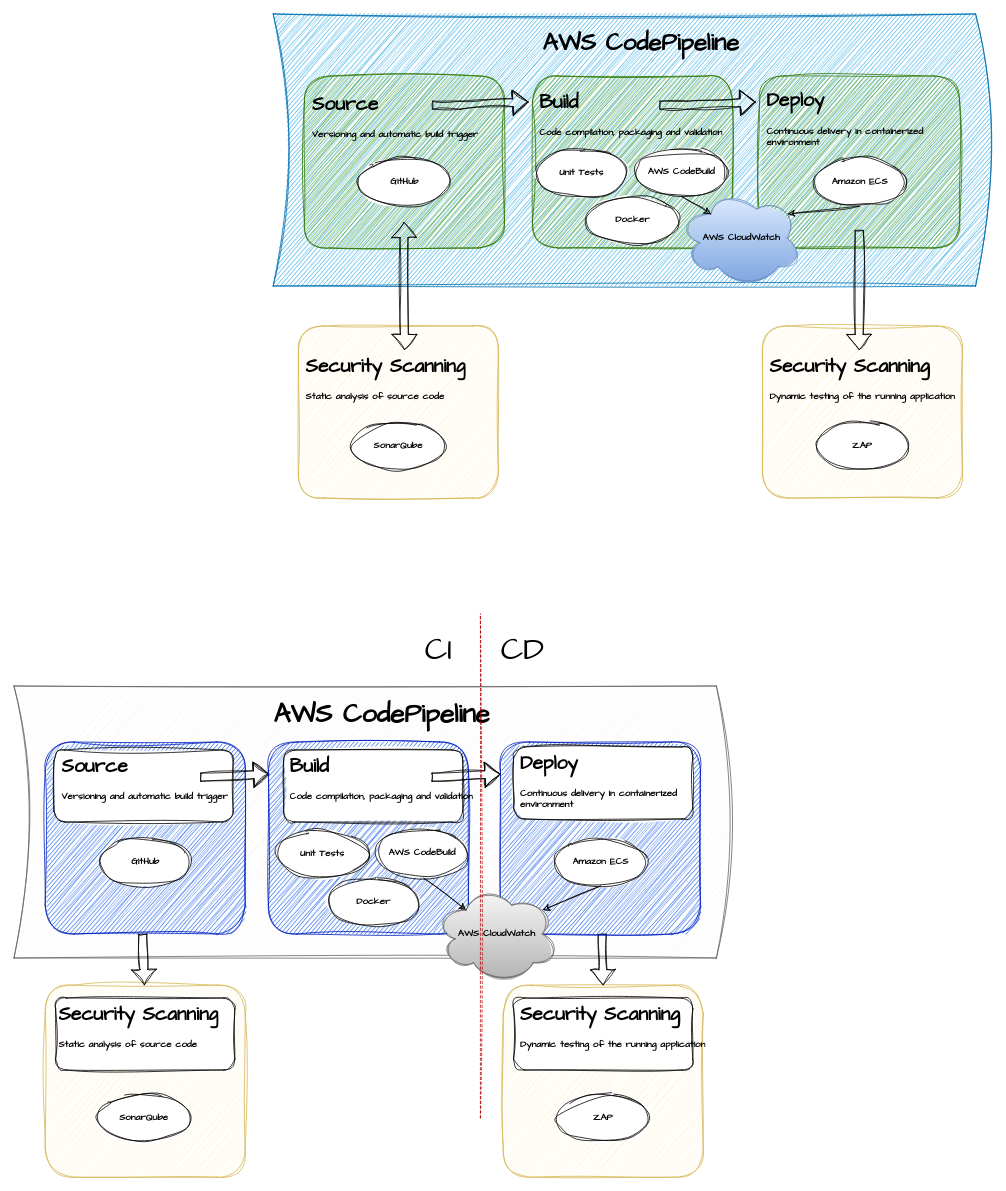
Before: page "Page-1" (1 of 2) of Pipeline.drawio in sergio-oliveira-br/mini-erp, a draw.io diagram. Source tidied: cells renumbered, new cells numbered last; positions are measured from the earlier drawing's top-left corner, leaving out a move shared by most shapes. Both pictures are drawn from the tidied source at 80%, with x=0, y=0 at pixel (14, 14).
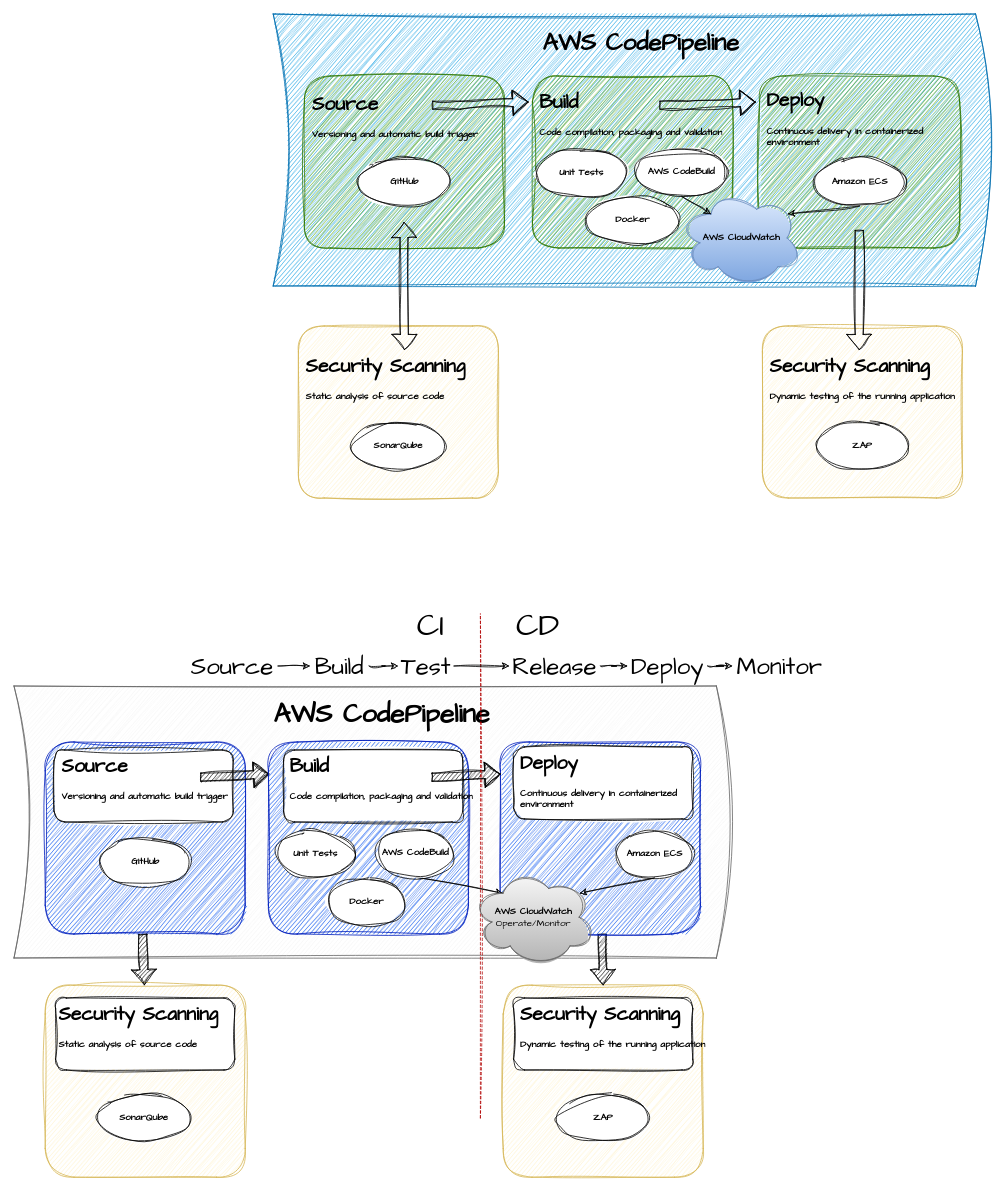
The same diagram, later.

Unchanged cells that the change refers to:
```xml
<mxCell id="3" style="rounded=1;whiteSpace=wrap;html=1;sketch=1;curveFitting=1;jiggle=2;fillColor=#fff2cc;strokeColor=#d6b656;fontFamily=Comic Sans MS;fontStyle=1;" parent="1" vertex="1">
  <mxGeometry x="611.5" y="1214" width="250" height="240" as="geometry" />
</mxCell>
<mxCell id="40" style="rounded=1;whiteSpace=wrap;html=1;sketch=1;curveFitting=1;jiggle=2;fillColor=#0050ef;strokeColor=#001DBC;fontColor=#ffffff;fontFamily=Comic Sans MS;fontStyle=1;" parent="1" vertex="1">
  <mxGeometry x="608" y="910" width="250" height="240" as="geometry" />
</mxCell>
```

The edit, as a diff of the source:
```diff
@@
-    <mxCell id="35" style="shape=flexArrow;endArrow=classic;html=1;rounded=0;sketch=1;curveFitting=1;jiggle=2;fontFamily=Comic Sans MS;entryX=0.5;entryY=0;entryDx=0;entryDy=0;fontStyle=1;" parent="1" edge="1" source="40" target="3">
+    <mxCell id="35" style="shape=flexArrow;endArrow=classic;html=1;rounded=0;sketch=1;curveFitting=1;jiggle=2;fontFamily=Comic Sans MS;entryX=0.5;entryY=0;entryDx=0;entryDy=0;fontStyle=1;fillColor=#000000;" parent="1" edge="1" source="40" target="3">
       <mxGeometry relative="1" as="geometry" />
     </mxCell>
@@
-    <mxCell id="37" style="shape=flexArrow;endArrow=classic;html=1;rounded=0;flowAnimation=0;sketch=1;curveFitting=1;jiggle=2;fontFamily=Comic Sans MS;fontStyle=1;width=10;" parent="1" edge="1">
+    <mxCell id="37" style="shape=flexArrow;endArrow=classic;html=1;rounded=0;flowAnimation=0;sketch=1;curveFitting=1;jiggle=2;fontFamily=Comic Sans MS;fontStyle=1;width=10;strokeColor=default;fillColor=#000000;" parent="1" edge="1">
       <mxGeometry relative="1" as="geometry">
         <mxPoint x="233" y="954" as="sourcePoint" />
         <mxPoint x="319" y="950" as="targetPoint" />
         <Array as="points">
           <mxPoint x="234" y="954" />
         </Array>
       </mxGeometry>
     </mxCell>
@@
     <mxCell id="41" value="Unit Tests" style="ellipse;whiteSpace=wrap;html=1;sketch=1;curveFitting=1;jiggle=2;fontStyle=1;fontFamily=Comic Sans MS;" parent="1" vertex="1">
-      <mxGeometry x="328" y="1020" width="115" height="60" as="geometry" />
+      <mxGeometry x="328" y="1020" width="97.5" height="60" as="geometry" />
     </mxCell>
     <mxCell id="42" value="Docker" style="ellipse;whiteSpace=wrap;html=1;sketch=1;curveFitting=1;jiggle=2;fontStyle=1;fontFamily=Comic Sans MS;" parent="1" vertex="1">
-      <mxGeometry x="391.5" y="1080" width="115" height="60" as="geometry" />
+      <mxGeometry x="391.5" y="1080" width="97.5" height="60" as="geometry" />
     </mxCell>
@@
-    <mxCell id="44" value="AWS CloudWatch" style="ellipse;shape=cloud;whiteSpace=wrap;html=1;sketch=1;curveFitting=1;jiggle=2;fillColor=#f5f5f5;strokeColor=#666666;gradientColor=#b3b3b3;fontFamily=Comic Sans MS;fontStyle=1;" parent="1" vertex="1">
-      <mxGeometry x="527" y="1090" width="152.5" height="120" as="geometry" />
-    </mxCell>
     <mxCell id="45" value="Amazon ECS" style="ellipse;whiteSpace=wrap;html=1;sketch=1;curveFitting=1;jiggle=2;fontStyle=1;fontFamily=Comic Sans MS;" parent="1" vertex="1">
-      <mxGeometry x="675.5" y="1030" width="115" height="60" as="geometry" />
+      <mxGeometry x="752.5" y="1020" width="96" height="60" as="geometry" />
     </mxCell>
@@
     <mxCell id="49" value="&lt;h1 style=&quot;margin-top: 0px;&quot;&gt;Build&lt;/h1&gt;&lt;p&gt;Code compilation, packaging and validation&lt;/p&gt;" style="text;html=1;whiteSpace=wrap;overflow=hidden;rounded=0;fontStyle=1;fontFamily=Comic Sans MS;" parent="1" vertex="1">
-      <mxGeometry x="342.5" y="920" width="243" height="120" as="geometry" />
+      <mxGeometry x="342.5" y="920" width="243" height="90" as="geometry" />
     </mxCell>
     <mxCell id="50" value="&lt;h1 style=&quot;margin-top: 0px;&quot;&gt;Deploy&lt;/h1&gt;&lt;p&gt;Continuous delivery in containerized environment&lt;/p&gt;" style="text;html=1;whiteSpace=wrap;overflow=hidden;rounded=0;fontStyle=1;fontFamily=Comic Sans MS;" parent="1" vertex="1">
-      <mxGeometry x="631" y="916.2" width="243" height="120" as="geometry" />
+      <mxGeometry x="631" y="916.2" width="243" height="93.8" as="geometry" />
     </mxCell>
     <mxCell id="51" value="AWS CodeBuild" style="ellipse;whiteSpace=wrap;html=1;sketch=1;curveFitting=1;jiggle=2;fontStyle=1;fontFamily=Comic Sans MS;" parent="1" vertex="1">
-      <mxGeometry x="453" y="1019" width="115" height="60" as="geometry" />
+      <mxGeometry x="453" y="1019" width="97.5" height="60" as="geometry" />
     </mxCell>
@@
-    <mxCell id="57" style="shape=flexArrow;endArrow=classic;html=1;rounded=0;flowAnimation=0;sketch=1;curveFitting=1;jiggle=2;fontFamily=Comic Sans MS;fontStyle=1;width=10;" parent="1" edge="1">
+    <mxCell id="57" style="shape=flexArrow;endArrow=classic;html=1;rounded=0;flowAnimation=0;sketch=1;curveFitting=1;jiggle=2;fontFamily=Comic Sans MS;fontStyle=1;width=10;fillColor=#000000;" parent="1" edge="1">
       <mxGeometry relative="1" as="geometry">
         <mxPoint x="522" y="954" as="sourcePoint" />
         <mxPoint x="608" y="950" as="targetPoint" />
         <Array as="points">
           <mxPoint x="523" y="954" />
         </Array>
       </mxGeometry>
     </mxCell>
-    <mxCell id="58" style="shape=flexArrow;endArrow=classic;html=1;rounded=0;sketch=1;curveFitting=1;jiggle=2;fontFamily=Comic Sans MS;entryX=0.5;entryY=0;entryDx=0;entryDy=0;fontStyle=1;" parent="1" edge="1">
+    <mxCell id="58" style="shape=flexArrow;endArrow=classic;html=1;rounded=0;sketch=1;curveFitting=1;jiggle=2;fontFamily=Comic Sans MS;entryX=0.5;entryY=0;entryDx=0;entryDy=0;fontStyle=1;strokeColor=#000000;fillColor=#000000;" parent="1" edge="1">
       <mxGeometry relative="1" as="geometry">
         <mxPoint x="161" y="1150" as="sourcePoint" />
         <mxPoint x="163" y="1214" as="targetPoint" />
       </mxGeometry>
     </mxCell>
@@
     <mxCell id="60" value="CI" style="text;html=1;whiteSpace=wrap;strokeColor=none;fillColor=none;align=center;verticalAlign=middle;rounded=0;fontSize=40;fontFamily=Comic Sans MS;" parent="1" vertex="1">
-      <mxGeometry x="501" y="780" width="60" height="30" as="geometry" />
+      <mxGeometry x="490.5" y="750" width="60" height="30" as="geometry" />
     </mxCell>
     <mxCell id="61" value="CD" style="text;html=1;whiteSpace=wrap;strokeColor=none;fillColor=none;align=center;verticalAlign=middle;rounded=0;fontSize=40;fontFamily=Comic Sans MS;" parent="1" vertex="1">
-      <mxGeometry x="605.5" y="780" width="60" height="30" as="geometry" />
+      <mxGeometry x="624.5" y="750" width="60" height="30" as="geometry" />
     </mxCell>
+    <mxCell id="44" value="AWS CloudWatch&lt;div&gt;&lt;span style=&quot;font-weight: normal;&quot;&gt;Operate/Monitor&lt;/span&gt;&lt;br&gt;&lt;/div&gt;" style="ellipse;shape=cloud;whiteSpace=wrap;html=1;sketch=1;curveFitting=1;jiggle=2;fillColor=#f5f5f5;strokeColor=#666666;gradientColor=#b3b3b3;fontFamily=Comic Sans MS;fontStyle=1;" parent="1" vertex="1">
+      <mxGeometry x="573" y="1069" width="152.5" height="120" as="geometry" />
+    </mxCell>
+    <mxCell id="62" style="edgeStyle=orthogonalEdgeStyle;rounded=0;jettySize=auto;html=1;sketch=1;curveFitting=1;jiggle=2;" parent="1" edge="1" source="63" target="65">
+      <mxGeometry relative="1" as="geometry" />
+    </mxCell>
+    <mxCell id="63" value="Source" style="text;html=1;whiteSpace=wrap;strokeColor=none;fillColor=none;align=center;verticalAlign=middle;rounded=0;fontSize=30;fontFamily=Comic Sans MS;fontStyle=0;" parent="1" vertex="1">
+      <mxGeometry x="216" y="800" width="114" height="30" as="geometry" />
+    </mxCell>
+    <mxCell id="64" style="edgeStyle=orthogonalEdgeStyle;rounded=0;jettySize=auto;html=1;sketch=1;curveFitting=1;jiggle=2;" parent="1" edge="1" source="65" target="67">
+      <mxGeometry relative="1" as="geometry" />
+    </mxCell>
+    <mxCell id="65" value="Build" style="text;html=1;whiteSpace=wrap;strokeColor=none;fillColor=none;align=center;verticalAlign=middle;rounded=0;fontSize=30;fontFamily=Comic Sans MS;fontStyle=0;" parent="1" vertex="1">
+      <mxGeometry x="370" y="800" width="73.8" height="30" as="geometry" />
+    </mxCell>
+    <mxCell id="66" style="edgeStyle=orthogonalEdgeStyle;rounded=0;jettySize=auto;html=1;sketch=1;curveFitting=1;jiggle=2;" parent="1" edge="1" source="67" target="69">
+      <mxGeometry relative="1" as="geometry" />
+    </mxCell>
+    <mxCell id="67" value="Test" style="text;html=1;whiteSpace=wrap;strokeColor=none;fillColor=none;align=center;verticalAlign=middle;rounded=0;fontSize=30;fontFamily=Comic Sans MS;fontStyle=0;" parent="1" vertex="1">
+      <mxGeometry x="480" y="800" width="70" height="30" as="geometry" />
+    </mxCell>
+    <mxCell id="68" style="edgeStyle=orthogonalEdgeStyle;rounded=0;jettySize=auto;html=1;entryX=0;entryY=0.5;entryDx=0;entryDy=0;sketch=1;curveFitting=1;jiggle=2;" parent="1" edge="1" source="69" target="71">
+      <mxGeometry relative="1" as="geometry" />
+    </mxCell>
+    <mxCell id="69" value="Release" style="text;html=1;whiteSpace=wrap;strokeColor=none;fillColor=none;align=center;verticalAlign=middle;rounded=0;fontSize=30;fontFamily=Comic Sans MS;fontStyle=0;" parent="1" vertex="1">
+      <mxGeometry x="619" y="800" width="114" height="30" as="geometry" />
+    </mxCell>
+    <mxCell id="70" style="edgeStyle=orthogonalEdgeStyle;rounded=0;jettySize=auto;html=1;sketch=1;curveFitting=1;jiggle=2;" parent="1" edge="1" source="71" target="72">
+      <mxGeometry relative="1" as="geometry" />
+    </mxCell>
+    <mxCell id="71" value="Deploy" style="text;html=1;whiteSpace=wrap;strokeColor=none;fillColor=none;align=center;verticalAlign=middle;rounded=0;fontSize=30;fontFamily=Comic Sans MS;fontStyle=0;" parent="1" vertex="1">
+      <mxGeometry x="767" y="800" width="100" height="30" as="geometry" />
+    </mxCell>
+    <mxCell id="72" value="Monitor" style="text;html=1;whiteSpace=wrap;strokeColor=none;fillColor=none;align=center;verticalAlign=middle;rounded=0;fontSize=30;fontFamily=Comic Sans MS;fontStyle=0;" parent="1" vertex="1">
+      <mxGeometry x="898" y="800" width="117.5" height="30" as="geometry" />
+    </mxCell>
```
